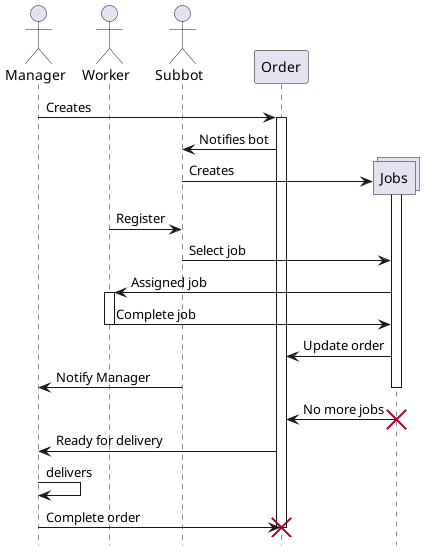
Exaltia/subbot keeps this PlantUML diagram as doc/img/lifecycle_order.png. Above is the earlier version.
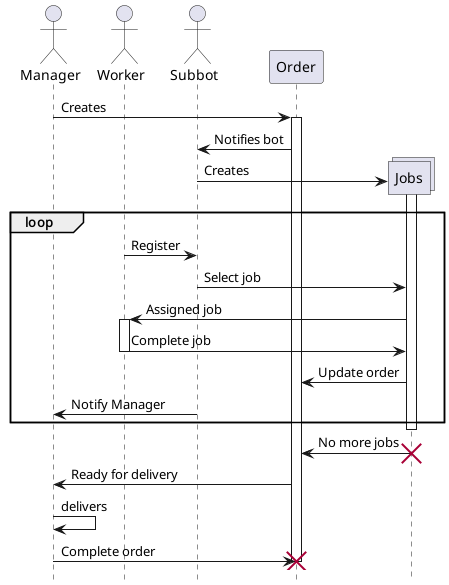
The same diagram one commit later.

Commit message:
Added a loop in the sequence diagram

The edit, as a diff of the source:
```diff
@@ -11,14 +11,16 @@
 create j
 s -> j : Creates
 activate j
-w -> s : Register
-s -> j : Select job
-w <- j : Assigned job
-activate w
-w -> j : Complete job
-deactivate w
-j -> o : Update order
-m <- s : Notify Manager
+loop
+  w -> s : Register
+  s -> j : Select job
+  w <- j : Assigned job
+  activate w
+  w -> j : Complete job
+  deactivate w
+  j -> o : Update order
+  m <- s : Notify Manager
+end
 deactivate j
 j -> o : No more jobs
 destroy j
```
